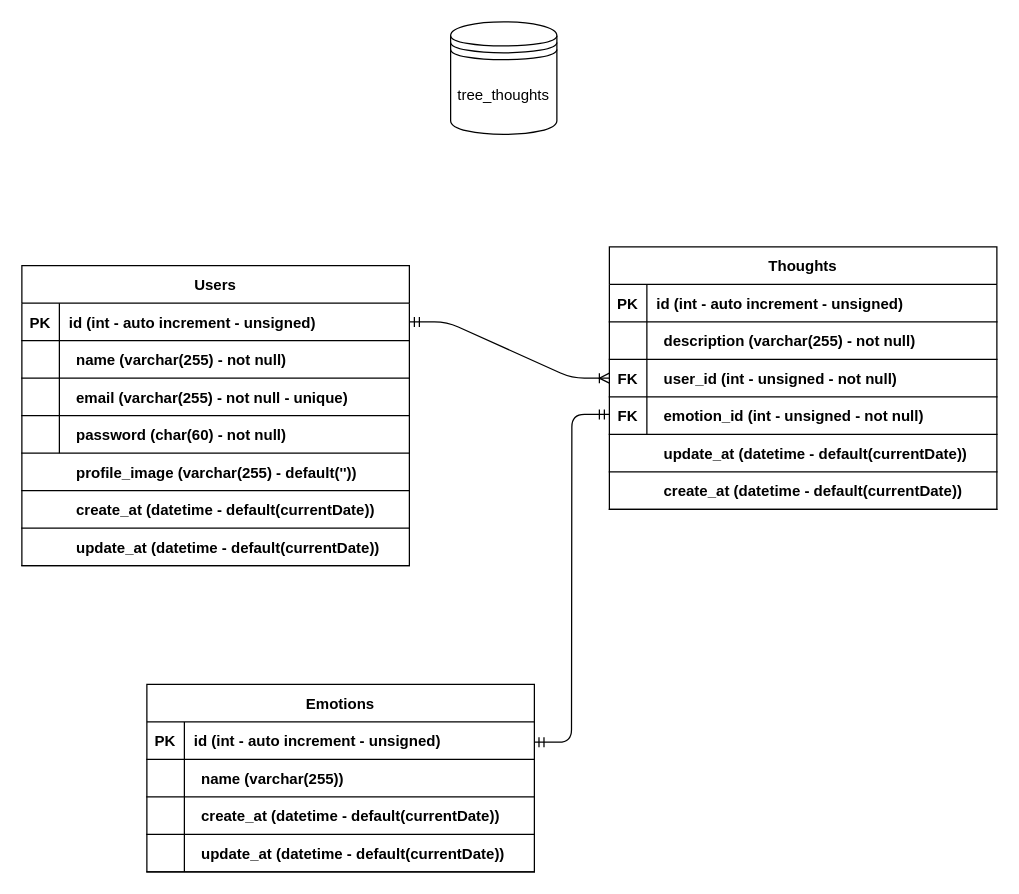
Before: docs/DER.drawio in AmandaCleto/express--tree-thoughts--back, a draw.io diagram. Source tidied: cells renumbered, new cells numbered last; positions are measured from the earlier drawing's top-left corner, leaving out a move shared by most shapes. Both pictures are drawn from the tidied source at 125%, with x=0, y=0 at pixel (21, 21).
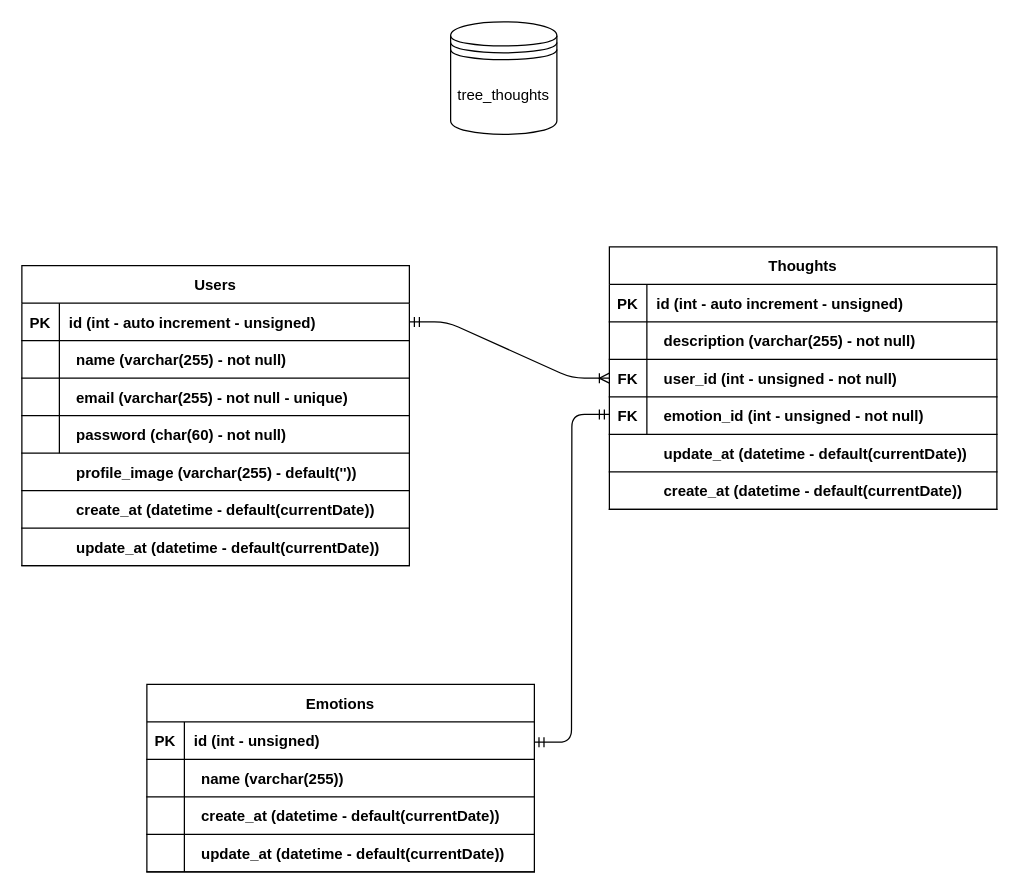
Above is the later version.

The change refers to these unchanged cells:
```xml
<mxCell id="64" style="shape=partialRectangle;fillColor=none;top=0;left=0;bottom=1;right=0;points=[[0,0.5],[1,0.5]];portConstraint=eastwest;" parent="63" vertex="1">
  <mxGeometry y="30" width="310" height="30" as="geometry" />
</mxCell>
```

Diff of the diagram source:
```diff
@@
-    <mxCell id="66" value="id (int - auto increment - unsigned)" style="shape=partialRectangle;fillColor=none;top=0;left=0;bottom=0;right=0;align=left;spacingLeft=6;fontStyle=1;overflow=hidden;" parent="64" vertex="1">
+    <mxCell id="66" value="id (int - unsigned)" style="shape=partialRectangle;fillColor=none;top=0;left=0;bottom=0;right=0;align=left;spacingLeft=6;fontStyle=1;overflow=hidden;" parent="64" vertex="1">
       <mxGeometry x="30" width="280" height="30" as="geometry" />
     </mxCell>
```
